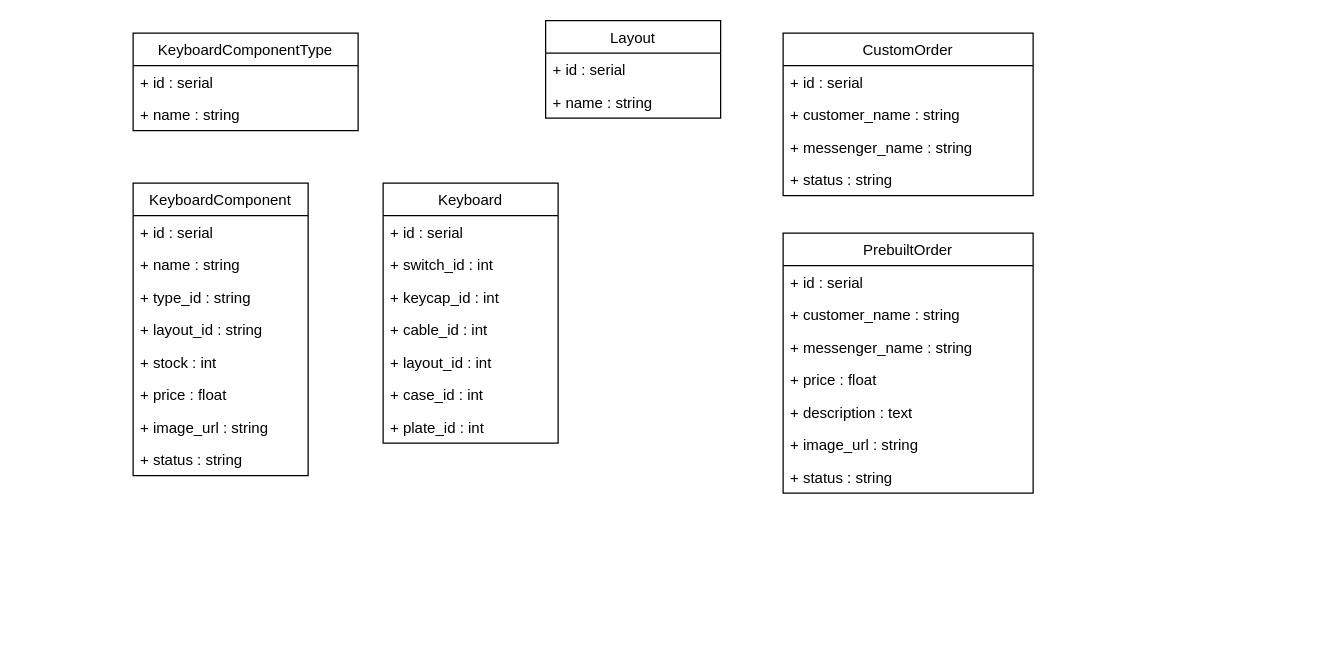
Earlier version of the draw.io diagram UML.drawio (saas786/chavez-inventory). Source tidied: cells renumbered, new cells numbered last; positions are measured from the earlier drawing's top-left corner, leaving out a move shared by most shapes. Both pictures are drawn from the tidied source at 125%, with x=0, y=0 at pixel (132, 20).
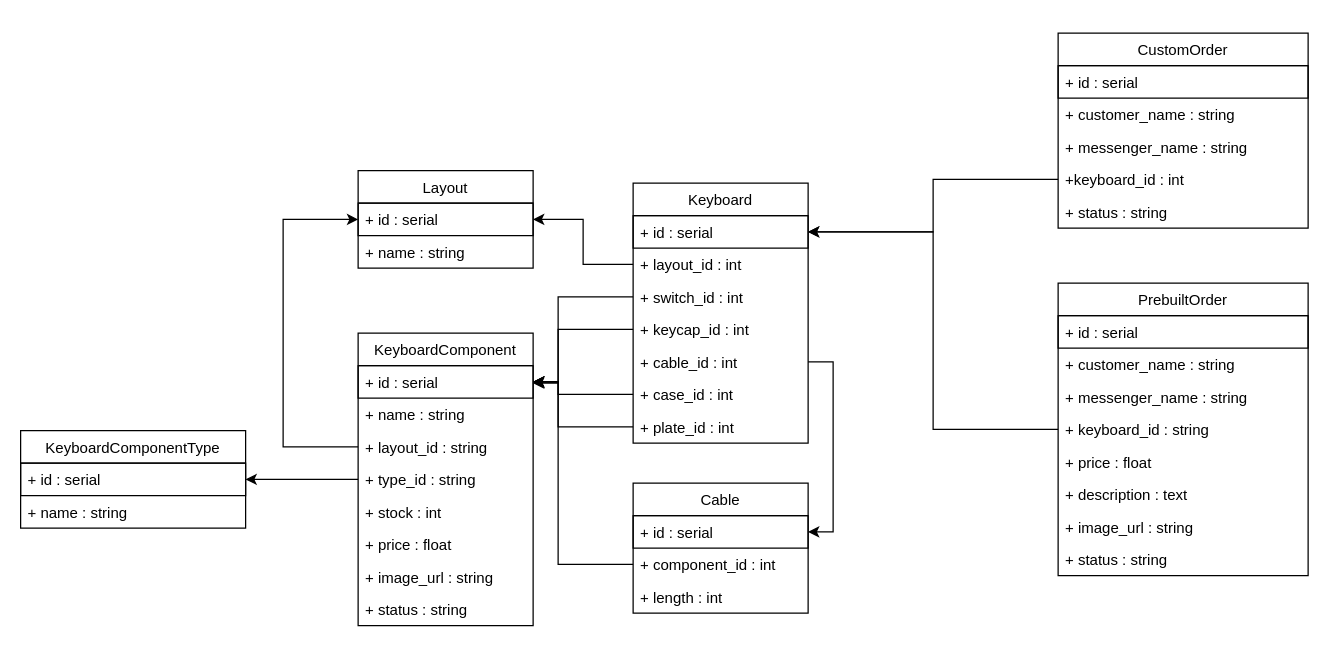
Above is the later version.

The edit, as a diff of the source:
```diff
@@
+    <mxCell id="24" value="Keyboard" style="swimlane;fontStyle=0;horizontal=1;startSize=26;fillColor=none;" parent="1" vertex="1">
+      <mxGeometry x="400" y="130" width="140" height="208" as="geometry" />
+    </mxCell>
+    <mxCell id="25" value="+ id : serial" style="text;fillColor=none;align=left;verticalAlign=top;spacingLeft=4;spacingRight=4;overflow=hidden;points=[[0,0.5],[1,0.5]];portConstraint=eastwest;strokeColor=#000000;" parent="24" vertex="1">
+      <mxGeometry y="26" width="140" height="26" as="geometry" />
+    </mxCell>
+    <mxCell id="29" value="+ layout_id : int" style="text;strokeColor=none;fillColor=none;align=left;verticalAlign=top;spacingLeft=4;spacingRight=4;overflow=hidden;points=[[0,0.5],[1,0.5]];portConstraint=eastwest;" parent="24" vertex="1">
+      <mxGeometry y="52" width="140" height="26" as="geometry" />
+    </mxCell>
+    <mxCell id="26" value="+ switch_id : int" style="text;strokeColor=none;fillColor=none;align=left;verticalAlign=top;spacingLeft=4;spacingRight=4;overflow=hidden;points=[[0,0.5],[1,0.5]];portConstraint=eastwest;" parent="24" vertex="1">
+      <mxGeometry y="78" width="140" height="26" as="geometry" />
+    </mxCell>
+    <mxCell id="27" value="+ keycap_id : int" style="text;strokeColor=none;fillColor=none;align=left;verticalAlign=top;spacingLeft=4;spacingRight=4;overflow=hidden;points=[[0,0.5],[1,0.5]];portConstraint=eastwest;" parent="24" vertex="1">
+      <mxGeometry y="104" width="140" height="26" as="geometry" />
+    </mxCell>
+    <mxCell id="28" value="+ cable_id : int" style="text;strokeColor=none;fillColor=none;align=left;verticalAlign=top;spacingLeft=4;spacingRight=4;overflow=hidden;points=[[0,0.5],[1,0.5]];portConstraint=eastwest;" parent="24" vertex="1">
+      <mxGeometry y="130" width="140" height="26" as="geometry" />
+    </mxCell>
+    <mxCell id="30" value="+ case_id : int" style="text;strokeColor=none;fillColor=none;align=left;verticalAlign=top;spacingLeft=4;spacingRight=4;overflow=hidden;points=[[0,0.5],[1,0.5]];portConstraint=eastwest;" parent="24" vertex="1">
+      <mxGeometry y="156" width="140" height="26" as="geometry" />
+    </mxCell>
+    <mxCell id="31" value="+ plate_id : int" style="text;strokeColor=none;fillColor=none;align=left;verticalAlign=top;spacingLeft=4;spacingRight=4;overflow=hidden;points=[[0,0.5],[1,0.5]];portConstraint=eastwest;" parent="24" vertex="1">
+      <mxGeometry y="182" width="140" height="26" as="geometry" />
+    </mxCell>
+    <mxCell id="38" style="edgeStyle=orthogonalEdgeStyle;rounded=0;jettySize=auto;html=1;exitX=0;exitY=0.5;exitDx=0;exitDy=0;entryX=1;entryY=0.5;entryDx=0;entryDy=0;" parent="1" edge="1" source="39" target="25">
+      <mxGeometry relative="1" as="geometry" />
+    </mxCell>
     <mxCell id="2" value="CustomOrder" style="swimlane;fontStyle=0;horizontal=1;startSize=26;fillColor=none;" parent="1" vertex="1">
-      <mxGeometry x="520" y="10" width="200" height="130" as="geometry" />
+      <mxGeometry x="740" y="10" width="200" height="156" as="geometry" />
     </mxCell>
-    <mxCell id="3" value="+ id : serial" style="text;strokeColor=none;fillColor=none;align=left;verticalAlign=top;spacingLeft=4;spacingRight=4;overflow=hidden;" parent="2" vertex="1">
+    <mxCell id="3" value="+ id : serial" style="text;fillColor=none;align=left;verticalAlign=top;spacingLeft=4;spacingRight=4;overflow=hidden;strokeColor=#000000;" parent="2" vertex="1">
       <mxGeometry y="26" width="200" height="26" as="geometry" />
     </mxCell>
@@
+    <mxCell id="39" value="+keyboard_id : int" style="text;strokeColor=none;fillColor=none;align=left;verticalAlign=top;spacingLeft=4;spacingRight=4;overflow=hidden;points=[[0,0.5],[1,0.5]];portConstraint=eastwest;" parent="2" vertex="1">
+      <mxGeometry y="104" width="200" height="26" as="geometry" />
+    </mxCell>
     <mxCell id="6" value="+ status : string" style="text;strokeColor=none;fillColor=none;align=left;verticalAlign=top;spacingLeft=4;spacingRight=4;overflow=hidden;" parent="2" vertex="1">
-      <mxGeometry y="104" width="200" height="26" as="geometry" />
+      <mxGeometry y="130" width="200" height="26" as="geometry" />
     </mxCell>
     <mxCell id="7" value="PrebuiltOrder" style="swimlane;fontStyle=0;horizontal=1;startSize=26;fillColor=none;" parent="1" vertex="1">
-      <mxGeometry x="520" y="170" width="200" height="208" as="geometry" />
+      <mxGeometry x="740" y="210" width="200" height="234" as="geometry" />
     </mxCell>
-    <mxCell id="8" value="+ id : serial" style="text;strokeColor=none;fillColor=none;align=left;verticalAlign=top;spacingLeft=4;spacingRight=4;overflow=hidden;" parent="7" vertex="1">
+    <mxCell id="8" value="+ id : serial" style="text;fillColor=none;align=left;verticalAlign=top;spacingLeft=4;spacingRight=4;overflow=hidden;strokeColor=#000000;" parent="7" vertex="1">
       <mxGeometry y="26" width="200" height="26" as="geometry" />
     </mxCell>
@@
+    <mxCell id="40" value="+ keyboard_id : string" style="text;strokeColor=none;fillColor=none;align=left;verticalAlign=top;spacingLeft=4;spacingRight=4;overflow=hidden;points=[[0,0.5],[1,0.5]];portConstraint=eastwest;" parent="7" vertex="1">
+      <mxGeometry y="104" width="200" height="26" as="geometry" />
+    </mxCell>
     <mxCell id="11" value="+ price : float" style="text;strokeColor=none;fillColor=none;align=left;verticalAlign=top;spacingLeft=4;spacingRight=4;overflow=hidden;" parent="7" vertex="1">
-      <mxGeometry y="104" width="200" height="26" as="geometry" />
+      <mxGeometry y="130" width="200" height="26" as="geometry" />
     </mxCell>
     <mxCell id="12" value="+ description : text" style="text;strokeColor=none;fillColor=none;align=left;verticalAlign=top;spacingLeft=4;spacingRight=4;overflow=hidden;" parent="7" vertex="1">
-      <mxGeometry y="130" width="200" height="26" as="geometry" />
+      <mxGeometry y="156" width="200" height="26" as="geometry" />
     </mxCell>
     <mxCell id="13" value="+ image_url : string" style="text;strokeColor=none;fillColor=none;align=left;verticalAlign=top;spacingLeft=4;spacingRight=4;overflow=hidden;" parent="7" vertex="1">
-      <mxGeometry y="156" width="200" height="26" as="geometry" />
+      <mxGeometry y="182" width="200" height="26" as="geometry" />
     </mxCell>
     <mxCell id="14" value="+ status : string" style="text;strokeColor=none;fillColor=none;align=left;verticalAlign=top;spacingLeft=4;spacingRight=4;overflow=hidden;" parent="7" vertex="1">
-      <mxGeometry y="182" width="200" height="26" as="geometry" />
+      <mxGeometry y="208" width="200" height="26" as="geometry" />
     </mxCell>
+    <mxCell id="41" style="edgeStyle=orthogonalEdgeStyle;rounded=0;jettySize=auto;html=1;exitX=0;exitY=0.5;exitDx=0;exitDy=0;entryX=1;entryY=0.5;entryDx=0;entryDy=0;" parent="1" edge="1" source="40" target="25">
+      <mxGeometry relative="1" as="geometry" />
+    </mxCell>
+    <mxCell id="42" style="edgeStyle=orthogonalEdgeStyle;rounded=0;jettySize=auto;html=1;exitX=0;exitY=0.5;exitDx=0;exitDy=0;entryX=1;entryY=0.5;entryDx=0;entryDy=0;" parent="1" edge="1" source="29" target="36">
+      <mxGeometry relative="1" as="geometry" />
+    </mxCell>
+    <mxCell id="35" value="Layout" style="swimlane;fontStyle=0;horizontal=1;startSize=26;fillColor=none;" parent="1" vertex="1">
+      <mxGeometry x="180" y="120" width="140" height="78" as="geometry" />
+    </mxCell>
+    <mxCell id="36" value="+ id : serial" style="text;fillColor=none;align=left;verticalAlign=top;spacingLeft=4;spacingRight=4;overflow=hidden;points=[[0,0.5],[1,0.5]];portConstraint=eastwest;strokeColor=#000000;" parent="35" vertex="1">
+      <mxGeometry y="26" width="140" height="26" as="geometry" />
+    </mxCell>
+    <mxCell id="37" value="+ name : string" style="text;strokeColor=none;fillColor=none;align=left;verticalAlign=top;spacingLeft=4;spacingRight=4;overflow=hidden;" parent="35" vertex="1">
+      <mxGeometry y="52" width="140" height="26" as="geometry" />
+    </mxCell>
     <mxCell id="15" value="KeyboardComponent" style="swimlane;fontStyle=0;horizontal=1;startSize=26;fillColor=none;" parent="1" vertex="1">
-      <mxGeometry y="130" width="140" height="234" as="geometry" />
+      <mxGeometry x="180" y="250" width="140" height="234" as="geometry" />
     </mxCell>
-    <mxCell id="16" value="+ id : serial" style="text;strokeColor=none;fillColor=none;align=left;verticalAlign=top;spacingLeft=4;spacingRight=4;overflow=hidden;points=[[0,0.5],[1,0.5]];portConstraint=eastwest;" parent="15" vertex="1">
+    <mxCell id="16" value="+ id : serial" style="text;fillColor=none;align=left;verticalAlign=top;spacingLeft=4;spacingRight=4;overflow=hidden;points=[[0,0.5],[1,0.5]];portConstraint=eastwest;strokeColor=#000000;" parent="15" vertex="1">
       <mxGeometry y="26" width="140" height="26" as="geometry" />
     </mxCell>
@@
+    <mxCell id="19" value="+ layout_id : string" style="text;strokeColor=none;fillColor=none;align=left;verticalAlign=top;spacingLeft=4;spacingRight=4;overflow=hidden;points=[[0,0.5],[1,0.5]];portConstraint=eastwest;" parent="15" vertex="1">
+      <mxGeometry y="78" width="140" height="26" as="geometry" />
+    </mxCell>
     <mxCell id="18" value="+ type_id : string" style="text;strokeColor=none;fillColor=none;align=left;verticalAlign=top;spacingLeft=4;spacingRight=4;overflow=hidden;points=[[0,0.5],[1,0.5]];portConstraint=eastwest;" parent="15" vertex="1">
-      <mxGeometry y="78" width="140" height="26" as="geometry" />
+      <mxGeometry y="104" width="140" height="26" as="geometry" />
     </mxCell>
-    <mxCell id="19" value="+ layout_id : string" style="text;strokeColor=none;fillColor=none;align=left;verticalAlign=top;spacingLeft=4;spacingRight=4;overflow=hidden;points=[[0,0.5],[1,0.5]];portConstraint=eastwest;" parent="15" vertex="1">
-      <mxGeometry y="104" width="140" height="26" as="geometry" />
-    </mxCell>
@@
-    <mxCell id="24" value="Keyboard" style="swimlane;fontStyle=0;horizontal=1;startSize=26;fillColor=none;" parent="1" vertex="1">
-      <mxGeometry x="200" y="130" width="140" height="208" as="geometry" />
-    </mxCell>
-    <mxCell id="25" value="+ id : serial" style="text;strokeColor=none;fillColor=none;align=left;verticalAlign=top;spacingLeft=4;spacingRight=4;overflow=hidden;points=[[0,0.5],[1,0.5]];portConstraint=eastwest;" parent="24" vertex="1">
-      <mxGeometry y="26" width="140" height="26" as="geometry" />
-    </mxCell>
-    <mxCell id="26" value="+ switch_id : int" style="text;strokeColor=none;fillColor=none;align=left;verticalAlign=top;spacingLeft=4;spacingRight=4;overflow=hidden;points=[[0,0.5],[1,0.5]];portConstraint=eastwest;" parent="24" vertex="1">
-      <mxGeometry y="52" width="140" height="26" as="geometry" />
-    </mxCell>
-    <mxCell id="27" value="+ keycap_id : int" style="text;strokeColor=none;fillColor=none;align=left;verticalAlign=top;spacingLeft=4;spacingRight=4;overflow=hidden;points=[[0,0.5],[1,0.5]];portConstraint=eastwest;" parent="24" vertex="1">
-      <mxGeometry y="78" width="140" height="26" as="geometry" />
-    </mxCell>
-    <mxCell id="28" value="+ cable_id : int" style="text;strokeColor=none;fillColor=none;align=left;verticalAlign=top;spacingLeft=4;spacingRight=4;overflow=hidden;points=[[0,0.5],[1,0.5]];portConstraint=eastwest;" parent="24" vertex="1">
-      <mxGeometry y="104" width="140" height="26" as="geometry" />
-    </mxCell>
-    <mxCell id="29" value="+ layout_id : int" style="text;strokeColor=none;fillColor=none;align=left;verticalAlign=top;spacingLeft=4;spacingRight=4;overflow=hidden;points=[[0,0.5],[1,0.5]];portConstraint=eastwest;" parent="24" vertex="1">
-      <mxGeometry y="130" width="140" height="26" as="geometry" />
-    </mxCell>
-    <mxCell id="30" value="+ case_id : int" style="text;strokeColor=none;fillColor=none;align=left;verticalAlign=top;spacingLeft=4;spacingRight=4;overflow=hidden;points=[[0,0.5],[1,0.5]];portConstraint=eastwest;" parent="24" vertex="1">
-      <mxGeometry y="156" width="140" height="26" as="geometry" />
-    </mxCell>
-    <mxCell id="31" value="+ plate_id : int" style="text;strokeColor=none;fillColor=none;align=left;verticalAlign=top;spacingLeft=4;spacingRight=4;overflow=hidden;points=[[0,0.5],[1,0.5]];portConstraint=eastwest;" parent="24" vertex="1">
-      <mxGeometry y="182" width="140" height="26" as="geometry" />
-    </mxCell>
+    <mxCell id="43" style="edgeStyle=orthogonalEdgeStyle;rounded=0;jettySize=auto;html=1;exitX=0;exitY=0.5;exitDx=0;exitDy=0;entryX=0;entryY=0.5;entryDx=0;entryDy=0;" parent="1" edge="1" source="19" target="36">
+      <mxGeometry relative="1" as="geometry">
+        <Array as="points">
+          <mxPoint x="120" y="341" />
+          <mxPoint x="120" y="159" />
+        </Array>
+      </mxGeometry>
+    </mxCell>
+    <mxCell id="44" value="Cable" style="swimlane;fontStyle=0;horizontal=1;startSize=26;fillColor=none;" parent="1" vertex="1">
+      <mxGeometry x="400" y="370" width="140" height="104" as="geometry" />
+    </mxCell>
+    <mxCell id="45" value="+ id : serial" style="text;fillColor=none;align=left;verticalAlign=top;spacingLeft=4;spacingRight=4;overflow=hidden;points=[[0,0.5],[1,0.5]];portConstraint=eastwest;strokeColor=#000000;" parent="44" vertex="1">
+      <mxGeometry y="26" width="140" height="26" as="geometry" />
+    </mxCell>
+    <mxCell id="46" value="+ component_id : int" style="text;strokeColor=none;fillColor=none;align=left;verticalAlign=top;spacingLeft=4;spacingRight=4;overflow=hidden;points=[[0,0.5],[1,0.5]];portConstraint=eastwest;" parent="44" vertex="1">
+      <mxGeometry y="52" width="140" height="26" as="geometry" />
+    </mxCell>
+    <mxCell id="47" value="+ length : int" style="text;strokeColor=none;fillColor=none;align=left;verticalAlign=top;spacingLeft=4;spacingRight=4;overflow=hidden;" parent="44" vertex="1">
+      <mxGeometry y="78" width="140" height="26" as="geometry" />
+    </mxCell>
+    <mxCell id="48" style="edgeStyle=orthogonalEdgeStyle;rounded=0;jettySize=auto;html=1;exitX=1;exitY=0.5;exitDx=0;exitDy=0;entryX=1;entryY=0.5;entryDx=0;entryDy=0;" parent="1" edge="1" source="28" target="45">
+      <mxGeometry relative="1" as="geometry" />
+    </mxCell>
+    <mxCell id="49" style="edgeStyle=orthogonalEdgeStyle;rounded=0;jettySize=auto;html=1;exitX=0;exitY=0.5;exitDx=0;exitDy=0;entryX=1;entryY=0.5;entryDx=0;entryDy=0;" parent="1" edge="1" source="26" target="16">
+      <mxGeometry relative="1" as="geometry">
+        <Array as="points">
+          <mxPoint x="340" y="221" />
+          <mxPoint x="340" y="289" />
+        </Array>
+      </mxGeometry>
+    </mxCell>
+    <mxCell id="50" style="edgeStyle=orthogonalEdgeStyle;rounded=0;jettySize=auto;html=1;exitX=0;exitY=0.5;exitDx=0;exitDy=0;" parent="1" edge="1" source="27">
+      <mxGeometry relative="1" as="geometry">
+        <mxPoint x="320" y="290" as="targetPoint" />
+        <Array as="points">
+          <mxPoint x="340" y="247" />
+          <mxPoint x="340" y="290" />
+        </Array>
+      </mxGeometry>
+    </mxCell>
+    <mxCell id="51" style="edgeStyle=orthogonalEdgeStyle;rounded=0;jettySize=auto;html=1;exitX=0;exitY=0.5;exitDx=0;exitDy=0;entryX=1;entryY=0.5;entryDx=0;entryDy=0;" parent="1" edge="1" source="30" target="16">
+      <mxGeometry relative="1" as="geometry">
+        <Array as="points">
+          <mxPoint x="340" y="299" />
+          <mxPoint x="340" y="289" />
+        </Array>
+      </mxGeometry>
+    </mxCell>
+    <mxCell id="52" style="edgeStyle=orthogonalEdgeStyle;rounded=0;jettySize=auto;html=1;exitX=0;exitY=0.5;exitDx=0;exitDy=0;entryX=1;entryY=0.5;entryDx=0;entryDy=0;" parent="1" edge="1" source="31" target="16">
+      <mxGeometry relative="1" as="geometry">
+        <Array as="points">
+          <mxPoint x="340" y="325" />
+          <mxPoint x="340" y="289" />
+        </Array>
+      </mxGeometry>
+    </mxCell>
+    <mxCell id="53" style="edgeStyle=orthogonalEdgeStyle;rounded=0;jettySize=auto;html=1;exitX=0;exitY=0.5;exitDx=0;exitDy=0;entryX=1;entryY=0.5;entryDx=0;entryDy=0;" parent="1" edge="1" source="46" target="16">
+      <mxGeometry relative="1" as="geometry">
+        <Array as="points">
+          <mxPoint x="340" y="435" />
+          <mxPoint x="340" y="289" />
+        </Array>
+      </mxGeometry>
+    </mxCell>
+    <mxCell id="54" style="edgeStyle=orthogonalEdgeStyle;rounded=0;jettySize=auto;html=1;exitX=0;exitY=0.5;exitDx=0;exitDy=0;entryX=1;entryY=0.5;entryDx=0;entryDy=0;" parent="1" edge="1" source="18" target="33">
+      <mxGeometry relative="1" as="geometry" />
+    </mxCell>
     <mxCell id="32" value="KeyboardComponentType" style="swimlane;fontStyle=0;horizontal=1;startSize=26;fillColor=none;" parent="1" vertex="1">
-      <mxGeometry y="10" width="180" height="78" as="geometry" />
+      <mxGeometry x="-90" y="328" width="180" height="78" as="geometry" />
     </mxCell>
-    <mxCell id="33" value="+ id : serial" style="text;strokeColor=none;fillColor=none;align=left;verticalAlign=top;spacingLeft=4;spacingRight=4;overflow=hidden;points=[[0,0.5],[1,0.5]];portConstraint=eastwest;" parent="32" vertex="1">
+    <mxCell id="33" value="+ id : serial" style="text;fillColor=none;align=left;verticalAlign=top;spacingLeft=4;spacingRight=4;overflow=hidden;points=[[0,0.5],[1,0.5]];portConstraint=eastwest;strokeColor=#000000;" parent="32" vertex="1">
       <mxGeometry y="26" width="180" height="26" as="geometry" />
     </mxCell>
@@
-    <mxCell id="35" value="Layout" style="swimlane;fontStyle=0;horizontal=1;startSize=26;fillColor=none;" parent="1" vertex="1">
-      <mxGeometry x="330" width="140" height="78" as="geometry" />
-    </mxCell>
-    <mxCell id="36" value="+ id : serial" style="text;strokeColor=none;fillColor=none;align=left;verticalAlign=top;spacingLeft=4;spacingRight=4;overflow=hidden;points=[[0,0.5],[1,0.5]];portConstraint=eastwest;" parent="35" vertex="1">
-      <mxGeometry y="26" width="140" height="26" as="geometry" />
-    </mxCell>
-    <mxCell id="37" value="+ name : string" style="text;strokeColor=none;fillColor=none;align=left;verticalAlign=top;spacingLeft=4;spacingRight=4;overflow=hidden;" parent="35" vertex="1">
-      <mxGeometry y="52" width="140" height="26" as="geometry" />
-    </mxCell>
```
